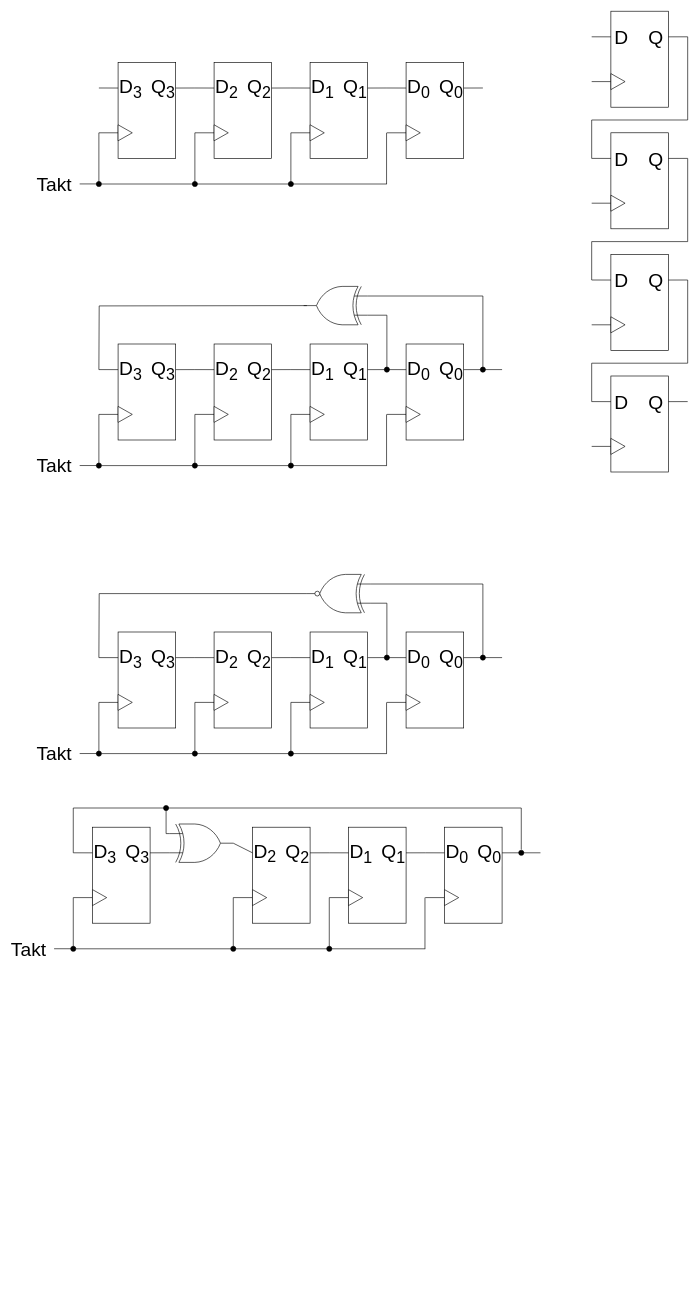
Earlier version of the draw.io diagram docu/ShiftRegister.drawio (YumYumfisch/LFSR-PeriodLength). Source tidied: cells renumbered, new cells numbered last; positions are measured from the earlier drawing's top-left corner, leaving out a move shared by most shapes. Both pictures are drawn from the tidied source at 64%, with x=0, y=0 at pixel (54, 11).
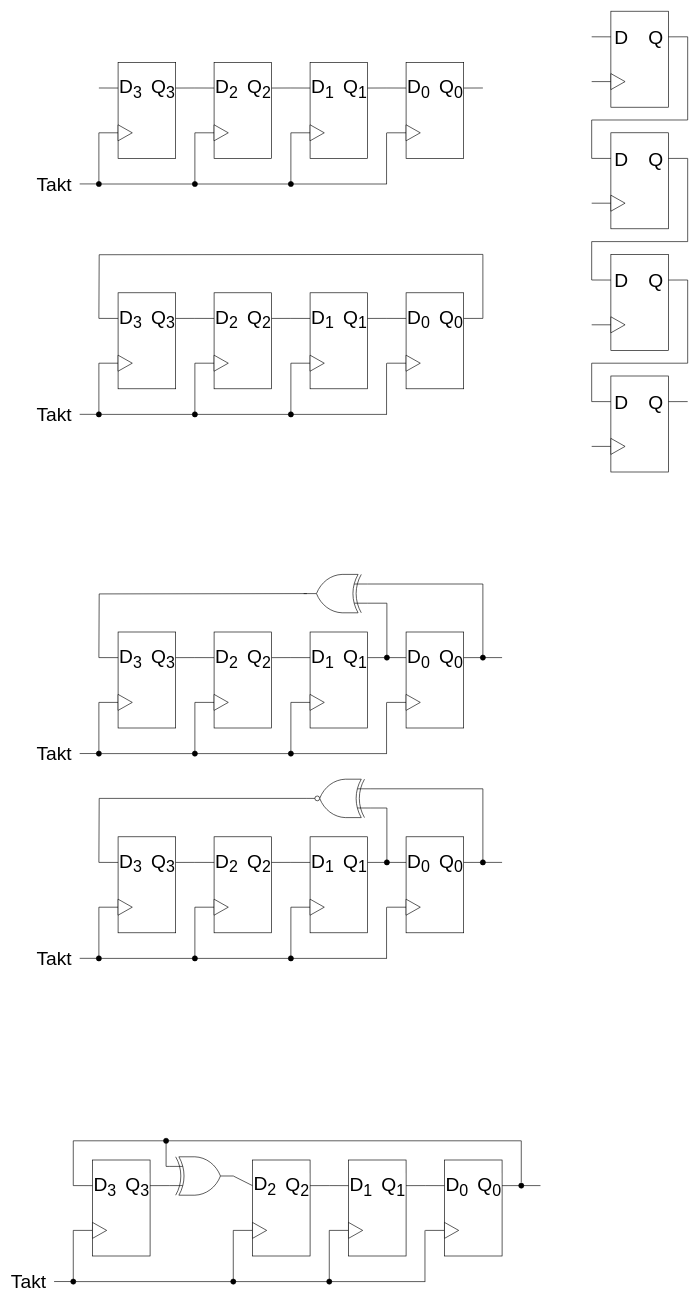
The same page after the edit.

Commit message (it also covers changes not shown here):
add LFSR diagram without XOR

The edit, as a diff of the source:
```diff
@@
     <mxCell id="86" style="group;" parent="1" vertex="1">
-      <mxGeometry y="1240" width="760" height="230" as="geometry" />
+      <mxGeometry y="1760" width="760" height="230" as="geometry" />
     </mxCell>
@@
     <mxCell id="135" style="group;" parent="1" vertex="1">
-      <mxGeometry x="40" y="880" width="660" height="285" as="geometry" />
+      <mxGeometry x="40" y="1200" width="660" height="285" as="geometry" />
     </mxCell>
@@
     <mxCell id="186" style="group;" parent="1" vertex="1">
-      <mxGeometry x="40" y="430" width="660" height="285" as="geometry" />
+      <mxGeometry x="40" y="880" width="660" height="285" as="geometry" />
     </mxCell>
@@
+    <mxCell id="237" style="edgeStyle=orthogonalEdgeStyle;html=1;endArrow=none;endFill=0;rounded=0;" parent="1" edge="1">
+      <mxGeometry relative="1" as="geometry">
+        <mxPoint x="670" y="380" as="sourcePoint" />
+        <mxPoint x="70" y="480" as="targetPoint" />
+      </mxGeometry>
+    </mxCell>
+    <mxCell id="238" value="Takt" style="endArrow=none;html=1;align=center;fontSize=30;entryX=0;entryY=0.5;entryDx=0;entryDy=0;" parent="1" edge="1">
+      <mxGeometry x="-1" y="-40" relative="1" as="geometry">
+        <mxPoint x="40" y="629.9" as="sourcePoint" />
+        <mxPoint x="70" y="629.9" as="targetPoint" />
+        <mxPoint x="-40" y="-40" as="offset" />
+      </mxGeometry>
+    </mxCell>
+    <mxCell id="239" style="group;" parent="1" vertex="1">
+      <mxGeometry x="70" y="440" width="150" height="150" as="geometry" />
+    </mxCell>
+    <mxCell id="240" style="rounded=0;whiteSpace=wrap;html=1;" parent="239" vertex="1">
+      <mxGeometry x="30" width="90" height="150" as="geometry" />
+    </mxCell>
+    <mxCell id="241" style="endArrow=none;html=1;align=center;fontSize=30;entryX=0;entryY=0.267;entryDx=0;entryDy=0;entryPerimeter=0;" parent="239" edge="1" target="240">
+      <mxGeometry relative="1" as="geometry">
+        <mxPoint y="40" as="sourcePoint" />
+      </mxGeometry>
+    </mxCell>
+    <mxCell id="242" value="D&lt;sub&gt;3&lt;/sub&gt;" style="edgeLabel;html=1;align=left;verticalAlign=middle;fontSize=30;" parent="241" vertex="1">
+      <mxGeometry x="0.28" relative="1" as="geometry">
+        <mxPoint x="11" as="offset" />
+      </mxGeometry>
+    </mxCell>
+    <mxCell id="243" style="endArrow=none;html=1;align=center;exitX=1;exitY=0.267;exitDx=0;exitDy=0;fontSize=30;exitPerimeter=0;" parent="239" edge="1" source="240">
+      <mxGeometry relative="1" as="geometry">
+        <mxPoint x="150" y="40" as="targetPoint" />
+      </mxGeometry>
+    </mxCell>
+    <mxCell id="244" value="Q&lt;sub&gt;3&lt;br&gt;&lt;/sub&gt;" style="edgeLabel;html=1;align=center;verticalAlign=middle;fontSize=30;" parent="243" vertex="1">
+      <mxGeometry x="0.28" relative="1" as="geometry">
+        <mxPoint x="-39" as="offset" />
+      </mxGeometry>
+    </mxCell>
+    <mxCell id="245" style="endArrow=none;html=1;align=center;fontSize=30;entryX=0;entryY=0.5;entryDx=0;entryDy=0;" parent="239" edge="1" target="246">
+      <mxGeometry relative="1" as="geometry">
+        <mxPoint y="110" as="sourcePoint" />
+      </mxGeometry>
+    </mxCell>
+    <mxCell id="246" style="triangle;whiteSpace=wrap;html=1;" parent="239" vertex="1">
+      <mxGeometry x="30" y="97.5" width="22.2" height="25" as="geometry" />
+    </mxCell>
+    <mxCell id="247" style="group;" parent="1" vertex="1">
+      <mxGeometry x="220" y="440" width="150" height="150" as="geometry" />
+    </mxCell>
+    <mxCell id="248" style="rounded=0;whiteSpace=wrap;html=1;" parent="247" vertex="1">
+      <mxGeometry x="30" width="90" height="150" as="geometry" />
+    </mxCell>
+    <mxCell id="249" style="endArrow=none;html=1;align=center;fontSize=30;entryX=0;entryY=0.267;entryDx=0;entryDy=0;entryPerimeter=0;" parent="247" edge="1" target="248">
+      <mxGeometry relative="1" as="geometry">
+        <mxPoint y="40" as="sourcePoint" />
+      </mxGeometry>
+    </mxCell>
+    <mxCell id="250" value="D&lt;sub&gt;2&lt;/sub&gt;" style="edgeLabel;html=1;align=left;verticalAlign=middle;fontSize=30;" parent="249" vertex="1">
+      <mxGeometry x="0.28" relative="1" as="geometry">
+        <mxPoint x="11" as="offset" />
+      </mxGeometry>
+    </mxCell>
+    <mxCell id="251" style="endArrow=none;html=1;align=center;exitX=1;exitY=0.267;exitDx=0;exitDy=0;fontSize=30;exitPerimeter=0;" parent="247" edge="1" source="248">
+      <mxGeometry relative="1" as="geometry">
+        <mxPoint x="150" y="40" as="targetPoint" />
+      </mxGeometry>
+    </mxCell>
+    <mxCell id="252" value="Q&lt;sub&gt;2&lt;/sub&gt;" style="edgeLabel;html=1;align=center;verticalAlign=middle;fontSize=30;" parent="251" vertex="1">
+      <mxGeometry x="0.28" relative="1" as="geometry">
+        <mxPoint x="-39" as="offset" />
+      </mxGeometry>
+    </mxCell>
+    <mxCell id="253" style="endArrow=none;html=1;align=center;fontSize=30;entryX=0;entryY=0.5;entryDx=0;entryDy=0;" parent="247" edge="1" target="254">
+      <mxGeometry relative="1" as="geometry">
+        <mxPoint y="110" as="sourcePoint" />
+      </mxGeometry>
+    </mxCell>
+    <mxCell id="254" style="triangle;whiteSpace=wrap;html=1;" parent="247" vertex="1">
+      <mxGeometry x="30" y="97.5" width="22.2" height="25" as="geometry" />
+    </mxCell>
+    <mxCell id="255" style="group;" parent="1" vertex="1">
+      <mxGeometry x="370" y="440" width="150" height="150" as="geometry" />
+    </mxCell>
+    <mxCell id="256" style="rounded=0;whiteSpace=wrap;html=1;" parent="255" vertex="1">
+      <mxGeometry x="30" width="90" height="150" as="geometry" />
+    </mxCell>
+    <mxCell id="257" style="endArrow=none;html=1;align=center;fontSize=30;entryX=0;entryY=0.267;entryDx=0;entryDy=0;entryPerimeter=0;" parent="255" edge="1" target="256">
+      <mxGeometry relative="1" as="geometry">
+        <mxPoint y="40" as="sourcePoint" />
+      </mxGeometry>
+    </mxCell>
+    <mxCell id="258" value="D&lt;sub&gt;1&lt;/sub&gt;" style="edgeLabel;html=1;align=left;verticalAlign=middle;fontSize=30;" parent="257" vertex="1">
+      <mxGeometry x="0.28" relative="1" as="geometry">
+        <mxPoint x="11" as="offset" />
+      </mxGeometry>
+    </mxCell>
+    <mxCell id="259" style="endArrow=none;html=1;align=center;exitX=1;exitY=0.267;exitDx=0;exitDy=0;fontSize=30;exitPerimeter=0;" parent="255" edge="1" source="256">
+      <mxGeometry relative="1" as="geometry">
+        <mxPoint x="150" y="40" as="targetPoint" />
+      </mxGeometry>
+    </mxCell>
+    <mxCell id="260" value="Q&lt;sub&gt;1&lt;/sub&gt;" style="edgeLabel;html=1;align=center;verticalAlign=middle;fontSize=30;" parent="259" vertex="1">
+      <mxGeometry x="0.28" relative="1" as="geometry">
+        <mxPoint x="-39" as="offset" />
+      </mxGeometry>
+    </mxCell>
+    <mxCell id="261" style="endArrow=none;html=1;align=center;fontSize=30;entryX=0;entryY=0.5;entryDx=0;entryDy=0;" parent="255" edge="1" target="262">
+      <mxGeometry relative="1" as="geometry">
+        <mxPoint y="110" as="sourcePoint" />
+      </mxGeometry>
+    </mxCell>
+    <mxCell id="262" style="triangle;whiteSpace=wrap;html=1;" parent="255" vertex="1">
+      <mxGeometry x="30" y="97.5" width="22.2" height="25" as="geometry" />
+    </mxCell>
+    <mxCell id="263" style="group;" parent="1" vertex="1">
+      <mxGeometry x="520" y="440" width="150" height="150" as="geometry" />
+    </mxCell>
+    <mxCell id="264" style="rounded=0;whiteSpace=wrap;html=1;" parent="263" vertex="1">
+      <mxGeometry x="30" width="90" height="150" as="geometry" />
+    </mxCell>
+    <mxCell id="265" style="endArrow=none;html=1;align=center;fontSize=30;entryX=0;entryY=0.267;entryDx=0;entryDy=0;entryPerimeter=0;" parent="263" edge="1" target="264">
+      <mxGeometry relative="1" as="geometry">
+        <mxPoint y="40" as="sourcePoint" />
+      </mxGeometry>
+    </mxCell>
+    <mxCell id="266" value="D&lt;sub&gt;0&lt;/sub&gt;" style="edgeLabel;html=1;align=left;verticalAlign=middle;fontSize=30;" parent="265" vertex="1">
+      <mxGeometry x="0.28" relative="1" as="geometry">
+        <mxPoint x="11" as="offset" />
+      </mxGeometry>
+    </mxCell>
+    <mxCell id="267" style="endArrow=none;html=1;align=center;exitX=1;exitY=0.267;exitDx=0;exitDy=0;fontSize=30;exitPerimeter=0;" parent="263" edge="1" source="264">
+      <mxGeometry relative="1" as="geometry">
+        <mxPoint x="150" y="40" as="targetPoint" />
+      </mxGeometry>
+    </mxCell>
+    <mxCell id="268" value="Q&lt;sub&gt;0&lt;/sub&gt;" style="edgeLabel;html=1;align=center;verticalAlign=middle;fontSize=30;" parent="267" vertex="1">
+      <mxGeometry x="0.28" relative="1" as="geometry">
+        <mxPoint x="-39" as="offset" />
+      </mxGeometry>
+    </mxCell>
+    <mxCell id="269" style="endArrow=none;html=1;align=center;fontSize=30;entryX=0;entryY=0.5;entryDx=0;entryDy=0;" parent="263" edge="1" target="270">
+      <mxGeometry relative="1" as="geometry">
+        <mxPoint y="110" as="sourcePoint" />
+      </mxGeometry>
+    </mxCell>
+    <mxCell id="270" style="triangle;whiteSpace=wrap;html=1;" parent="263" vertex="1">
+      <mxGeometry x="30" y="97.5" width="22.2" height="25" as="geometry" />
+    </mxCell>
+    <mxCell id="271" style="endArrow=none;html=1;align=center;fontSize=30;" parent="1" edge="1">
+      <mxGeometry relative="1" as="geometry">
+        <mxPoint x="70" y="630" as="sourcePoint" />
+        <mxPoint x="70" y="550" as="targetPoint" />
+      </mxGeometry>
+    </mxCell>
+    <mxCell id="272" style="endArrow=none;html=1;align=center;fontSize=30;" parent="1" edge="1">
+      <mxGeometry relative="1" as="geometry">
+        <mxPoint x="220" y="630" as="sourcePoint" />
+        <mxPoint x="220" y="550" as="targetPoint" />
+      </mxGeometry>
+    </mxCell>
+    <mxCell id="273" style="endArrow=none;html=1;align=center;fontSize=30;" parent="1" edge="1">
+      <mxGeometry relative="1" as="geometry">
+        <mxPoint x="370" y="630" as="sourcePoint" />
+        <mxPoint x="370" y="550" as="targetPoint" />
+      </mxGeometry>
+    </mxCell>
+    <mxCell id="274" style="endArrow=none;html=1;align=center;fontSize=30;" parent="1" edge="1">
+      <mxGeometry relative="1" as="geometry">
+        <mxPoint x="519.5" y="630" as="sourcePoint" />
+        <mxPoint x="519.5" y="550" as="targetPoint" />
+      </mxGeometry>
+    </mxCell>
+    <mxCell id="275" style="endArrow=none;html=1;align=center;fontSize=30;exitX=0.9;exitY=0.5;exitDx=0;exitDy=0;exitPerimeter=0;" parent="1" edge="1" source="277">
+      <mxGeometry relative="1" as="geometry">
+        <mxPoint x="520" y="630" as="targetPoint" />
+      </mxGeometry>
+    </mxCell>
+    <mxCell id="276" style="verticalLabelPosition=bottom;shadow=0;dashed=0;align=center;html=1;verticalAlign=top;shape=mxgraph.electrical.logic_gates.inverting_contact;fillColor=#000000;" parent="1" vertex="1">
+      <mxGeometry x="215" y="625" width="10" height="10" as="geometry" />
+    </mxCell>
+    <mxCell id="277" style="verticalLabelPosition=bottom;shadow=0;dashed=0;align=center;html=1;verticalAlign=top;shape=mxgraph.electrical.logic_gates.inverting_contact;fillColor=#000000;" parent="1" vertex="1">
+      <mxGeometry x="65" y="625" width="10" height="10" as="geometry" />
+    </mxCell>
+    <mxCell id="278" style="verticalLabelPosition=bottom;shadow=0;dashed=0;align=center;html=1;verticalAlign=top;shape=mxgraph.electrical.logic_gates.inverting_contact;fillColor=#000000;" parent="1" vertex="1">
+      <mxGeometry x="365" y="625" width="10" height="10" as="geometry" />
+    </mxCell>
+    <mxCell id="279" style="endArrow=none;html=1;align=center;fontSize=30;" parent="1" edge="1">
+      <mxGeometry relative="1" as="geometry">
+        <mxPoint x="670" y="480" as="sourcePoint" />
+        <mxPoint x="670" y="380" as="targetPoint" />
+      </mxGeometry>
+    </mxCell>
```
